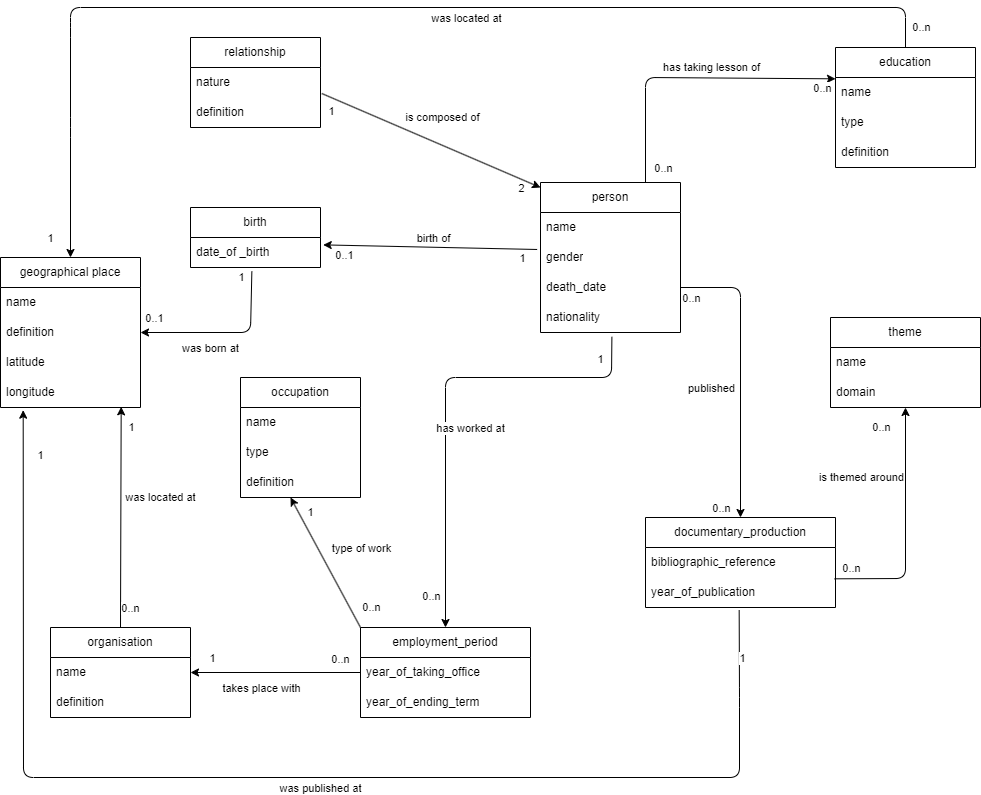
Above: archivist_MCD.png in mroylem/archivist (draw.io), before the change. Source tidied: cells renumbered, new cells last; positions are measured from the earlier drawing's top-left corner, leaving out a move shared by most shapes.
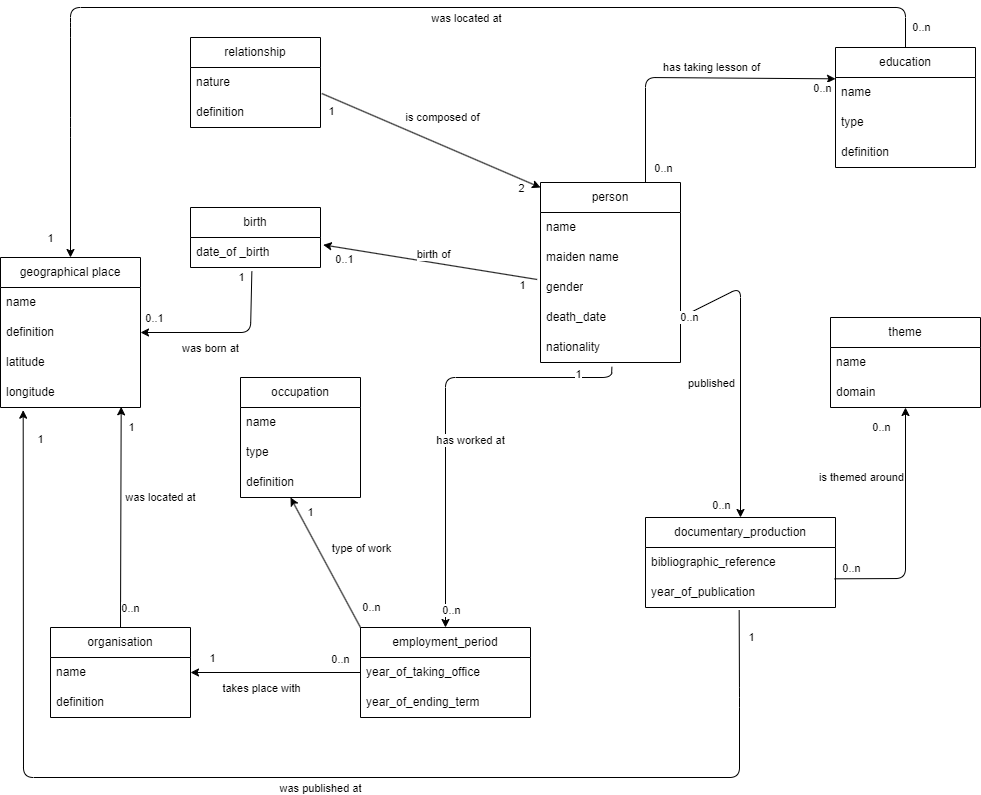
Later version of the same file.

Change to the diagram source:
```diff
@@ -3,19 +3,22 @@
     <mxCell id="0" />
     <mxCell id="1" parent="0" />
     <mxCell id="2" value="person" style="swimlane;fontStyle=0;horizontal=1;startSize=30;whiteSpace=wrap;html=1;" parent="1" vertex="1">
-      <mxGeometry x="540" y="175" width="140" height="150" as="geometry" />
+      <mxGeometry x="540" y="175" width="140" height="180" as="geometry" />
     </mxCell>
     <mxCell id="3" value="name" style="text;strokeColor=none;fillColor=none;align=left;verticalAlign=middle;spacingLeft=4;spacingRight=4;overflow=hidden;whiteSpace=wrap;html=1;" parent="2" vertex="1">
       <mxGeometry y="30" width="140" height="30" as="geometry" />
     </mxCell>
+    <mxCell id="85" value="maiden name" style="text;strokeColor=none;fillColor=none;align=left;verticalAlign=middle;spacingLeft=4;spacingRight=4;overflow=hidden;whiteSpace=wrap;html=1;" parent="2" vertex="1">
+      <mxGeometry y="60" width="140" height="30" as="geometry" />
+    </mxCell>
     <mxCell id="4" value="gender" style="text;strokeColor=none;fillColor=none;align=left;verticalAlign=middle;spacingLeft=4;spacingRight=4;overflow=hidden;points=[[0,0.5],[1,0.5]];portConstraint=eastwest;whiteSpace=wrap;html=1;" parent="2" vertex="1">
-      <mxGeometry y="60" width="140" height="30" as="geometry" />
+      <mxGeometry y="90" width="140" height="30" as="geometry" />
     </mxCell>
     <mxCell id="5" value="death_date" style="text;strokeColor=none;fillColor=none;align=left;verticalAlign=middle;spacingLeft=4;spacingRight=4;overflow=hidden;points=[[0,0.5],[1,0.5]];portConstraint=eastwest;whiteSpace=wrap;html=1;" parent="2" vertex="1">
-      <mxGeometry y="90" width="140" height="30" as="geometry" />
+      <mxGeometry y="120" width="140" height="30" as="geometry" />
     </mxCell>
     <mxCell id="6" value="nationality" style="text;strokeColor=none;fillColor=none;align=left;verticalAlign=middle;spacingLeft=4;spacingRight=4;overflow=hidden;points=[[0,0.5],[1,0.5]];portConstraint=eastwest;whiteSpace=wrap;html=1;" parent="2" vertex="1">
-      <mxGeometry y="120" width="140" height="30" as="geometry" />
+      <mxGeometry y="150" width="140" height="30" as="geometry" />
     </mxCell>
     <mxCell id="7" value="relationship" style="swimlane;fontStyle=0;horizontal=1;startSize=30;whiteSpace=wrap;html=1;" parent="1" vertex="1">
       <mxGeometry x="190" y="30" width="130" height="90" as="geometry" />
@@ -131,7 +134,7 @@
     </mxCell>
     <mxCell id="31" value="0..n" style="edgeLabel;html=1;align=center;verticalAlign=middle;" parent="29" vertex="1">
       <mxGeometry x="0.81" y="1" relative="1" as="geometry">
-        <mxPoint x="-16" y="13" as="offset" />
+        <mxPoint x="4" y="24" as="offset" />
       </mxGeometry>
     </mxCell>
     <mxCell id="32" value="has worked at" style="edgeLabel;html=1;align=center;verticalAlign=middle;rotation=0;" parent="29" vertex="1">
@@ -256,12 +259,12 @@
     </mxCell>
     <mxCell id="60" value="1" style="edgeLabel;html=1;align=center;verticalAlign=middle;" parent="58" vertex="1">
       <mxGeometry x="0.66" y="-1" relative="1" as="geometry">
-        <mxPoint x="16" y="-167" as="offset" />
+        <mxPoint x="16" y="-183" as="offset" />
       </mxGeometry>
     </mxCell>
     <mxCell id="61" value="1" style="edgeLabel;html=1;align=center;verticalAlign=middle;" parent="58" vertex="1">
       <mxGeometry x="-0.84" y="-1" relative="1" as="geometry">
-        <mxPoint x="3" y="-49" as="offset" />
+        <mxPoint x="12" y="-70" as="offset" />
       </mxGeometry>
     </mxCell>
     <mxCell id="62" style="edgeStyle=none;html=1;exitX=0.5;exitY=0;exitDx=0;exitDy=0;entryX=0.862;entryY=0.978;entryDx=0;entryDy=0;entryPerimeter=0;" parent="1" edge="1" source="66" target="44">
```
